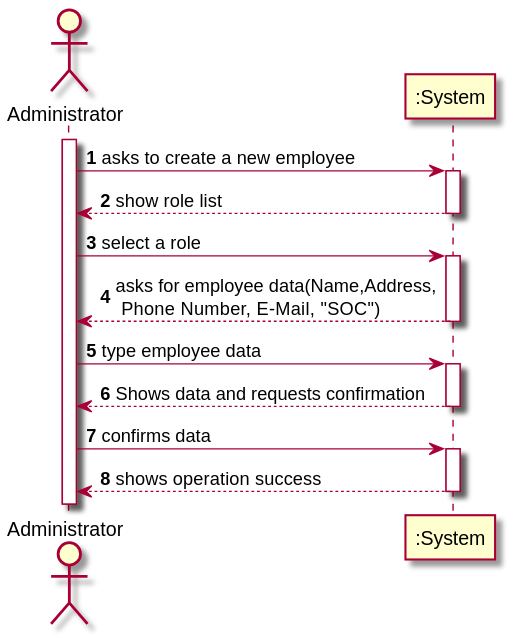
This is docs/SprintB/US7/US07_SSD.svg from MarianaCLages/LAPR2, a PlantUML export, as it was before one commit.
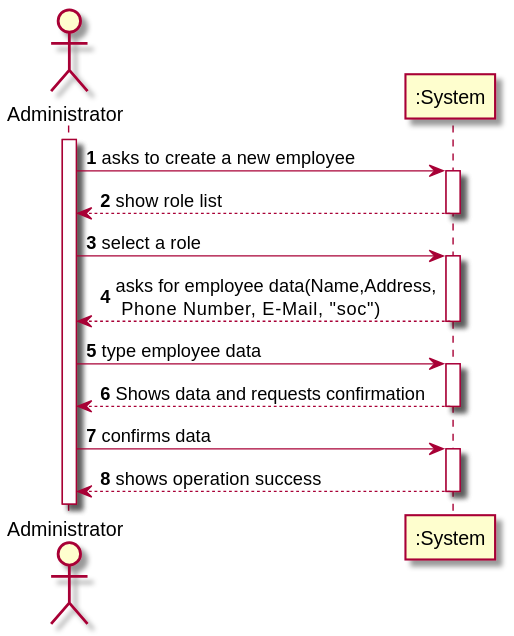
Above is the later version.

The edit, as a diff of the source:
```diff
@@ -14,7 +14,7 @@
 
 ADM -> ":System": select a role
 activate ":System"
-ADM <-- ":System": asks for employee data(Name,Address,\n Phone Number, E-Mail,  "SOC")
+ADM <-- ":System": asks for employee data(Name,Address,\n Phone Number, E-Mail,  "soc")
 deactivate ":System"
 
 ADM -> ":System": type employee data
```
